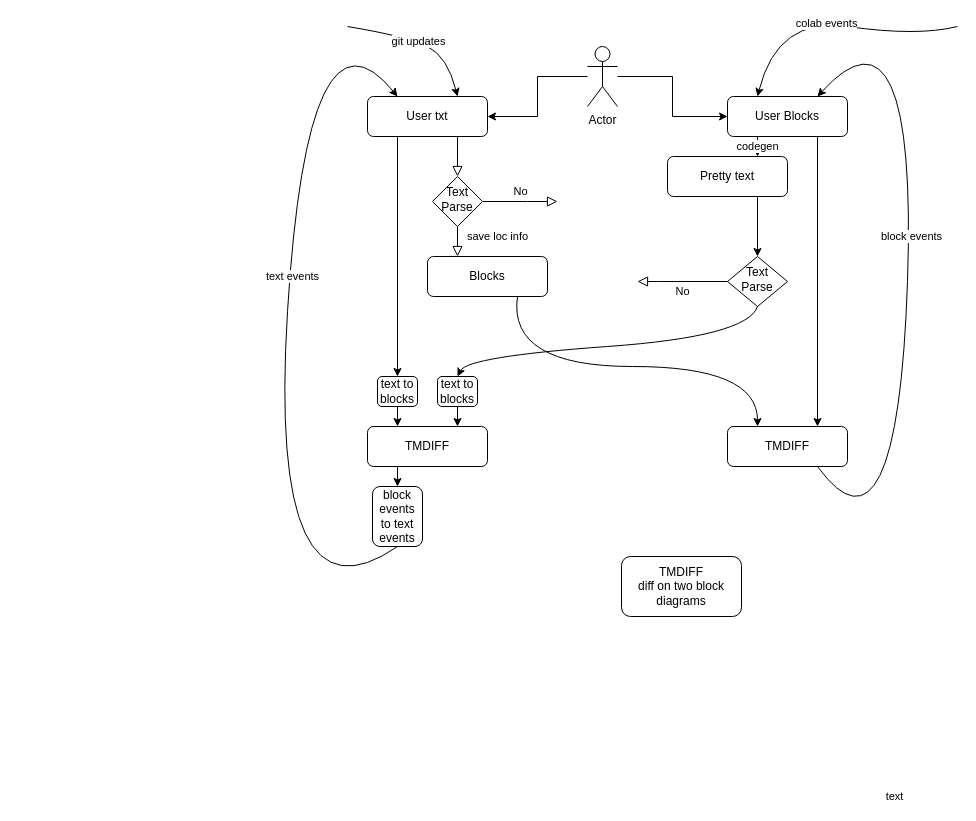
The draw.io diagram blocks_to_text_to_blocks.drawio in block-based-editors/blocks-to-text-to-blocks, before the edit. Source tidied: cells renumbered, new cells numbered last; positions are measured from the earlier drawing's top-left corner, leaving out a move shared by most shapes. Both pictures are drawn from the tidied source at 100%, with x=0, y=0 at pixel (267, -14).
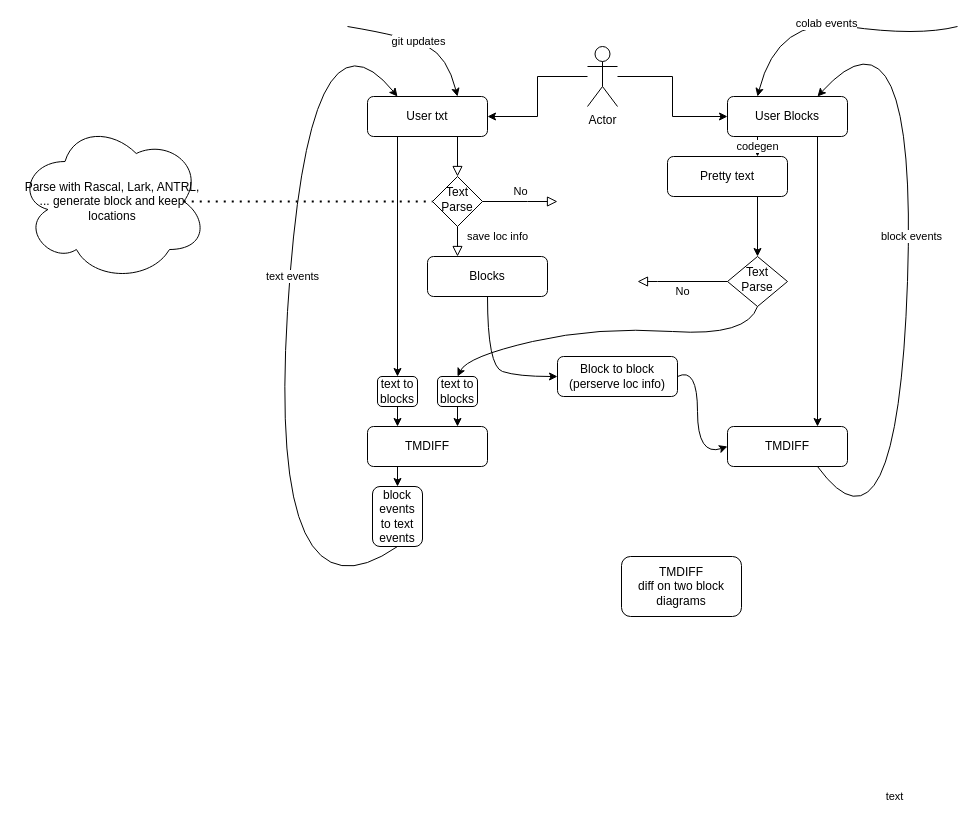
The same page after the edit.

Commit message:
Added block to blocks

The change refers to these unchanged cells:
```xml
<mxCell id="7" value="Text Parse" style="rhombus;whiteSpace=wrap;html=1;shadow=0;fontFamily=Helvetica;fontSize=12;align=center;strokeWidth=1;spacing=6;spacingTop=-4;" parent="1" vertex="1">
  <mxGeometry x="165" y="190" width="50" height="50" as="geometry" />
</mxCell>
<mxCell id="10" value="Blocks" style="rounded=1;whiteSpace=wrap;html=1;fontSize=12;glass=0;strokeWidth=1;shadow=0;" parent="1" vertex="1">
  <mxGeometry x="160" y="270" width="120" height="40" as="geometry" />
</mxCell>
<mxCell id="15" value="TMDIFF" style="rounded=1;whiteSpace=wrap;html=1;fontSize=12;glass=0;strokeWidth=1;shadow=0;" parent="1" vertex="1">
  <mxGeometry x="460" y="440" width="120" height="40" as="geometry" />
</mxCell>
<mxCell id="21" value="Text Parse" style="rhombus;whiteSpace=wrap;html=1;shadow=0;fontFamily=Helvetica;fontSize=12;align=center;strokeWidth=1;spacing=6;spacingTop=-4;" parent="1" vertex="1">
  <mxGeometry x="460" y="270" width="60" height="50" as="geometry" />
</mxCell>
<mxCell id="30" value="text to blocks" style="rounded=1;whiteSpace=wrap;html=1;fontSize=12;glass=0;strokeWidth=1;shadow=0;" parent="1" vertex="1">
  <mxGeometry x="170" y="390" width="40" height="30" as="geometry" />
</mxCell>
```

The edit, as a diff of the source:
```diff
@@
-    <mxCell id="19" style="curved=1;endArrow=classic;html=1;rounded=0;exitX=0.75;exitY=1;exitDx=0;exitDy=0;entryX=0.25;entryY=0;entryDx=0;entryDy=0;" parent="1" edge="1" source="10" target="15">
-      <mxGeometry relative="1" as="geometry">
-        <Array as="points">
-          <mxPoint x="240" y="380" />
-          <mxPoint x="490" y="380" />
-        </Array>
-      </mxGeometry>
-    </mxCell>
@@
     <mxCell id="22" style="curved=1;endArrow=classic;html=1;rounded=0;exitX=0.5;exitY=1;exitDx=0;exitDy=0;entryX=0.5;entryY=0;entryDx=0;entryDy=0;" parent="1" edge="1" source="21" target="30">
       <mxGeometry relative="1" as="geometry">
         <Array as="points">
           <mxPoint x="480" y="350" />
+          <mxPoint x="330" y="340" />
           <mxPoint x="200" y="370" />
         </Array>
       </mxGeometry>
     </mxCell>
@@
+    <mxCell id="36" value="Block to block&lt;br&gt;(perserve loc info)" style="rounded=1;whiteSpace=wrap;html=1;fontSize=12;glass=0;strokeWidth=1;shadow=0;" parent="1" vertex="1">
+      <mxGeometry x="290" y="370" width="120" height="40" as="geometry" />
+    </mxCell>
+    <mxCell id="37" style="curved=1;endArrow=classic;html=1;rounded=0;exitX=0.5;exitY=1;exitDx=0;exitDy=0;entryX=0;entryY=0.5;entryDx=0;entryDy=0;" parent="1" edge="1" source="10" target="36">
+      <mxGeometry relative="1" as="geometry">
+        <Array as="points">
+          <mxPoint x="220" y="380" />
+          <mxPoint x="250" y="390" />
+        </Array>
+      </mxGeometry>
+    </mxCell>
+    <mxCell id="38" style="curved=1;endArrow=classic;html=1;rounded=0;exitX=1;exitY=0.5;exitDx=0;exitDy=0;entryX=0;entryY=0.5;entryDx=0;entryDy=0;" parent="1" edge="1" source="36" target="15">
+      <mxGeometry relative="1" as="geometry">
+        <Array as="points">
+          <mxPoint x="430" y="380" />
+          <mxPoint x="430" y="470" />
+        </Array>
+      </mxGeometry>
+    </mxCell>
+    <mxCell id="39" value="Parse with Rascal, Lark, ANTRL, ... generate block and keep locations" style="ellipse;shape=cloud;whiteSpace=wrap;html=1;" parent="1" vertex="1">
+      <mxGeometry x="-250" y="135" width="190" height="160" as="geometry" />
+    </mxCell>
+    <mxCell id="40" style="endArrow=none;dashed=1;html=1;dashPattern=1 3;strokeWidth=2;rounded=0;entryX=0;entryY=0.5;entryDx=0;entryDy=0;exitX=0.875;exitY=0.5;exitDx=0;exitDy=0;exitPerimeter=0;" parent="1" edge="1" source="39" target="7">
+      <mxGeometry relative="1" as="geometry" />
+    </mxCell>
```
